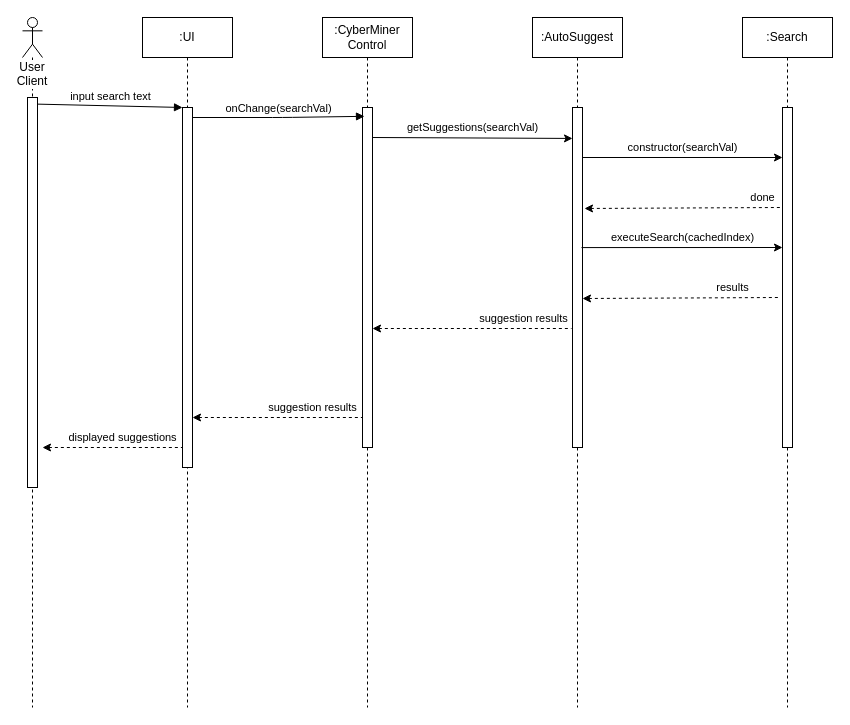
Earlier version of the draw.io diagram To-Do List Builder/cyberminer_sequence_autosuggest.drawio (kntnguyen94/To-Do-List-Builder). Source tidied: cells renumbered, new cells numbered last; positions are measured from the earlier drawing's top-left corner, leaving out a move shared by most shapes. Both pictures are drawn from the tidied source at 100%, with x=0, y=0 at pixel (22, 17).
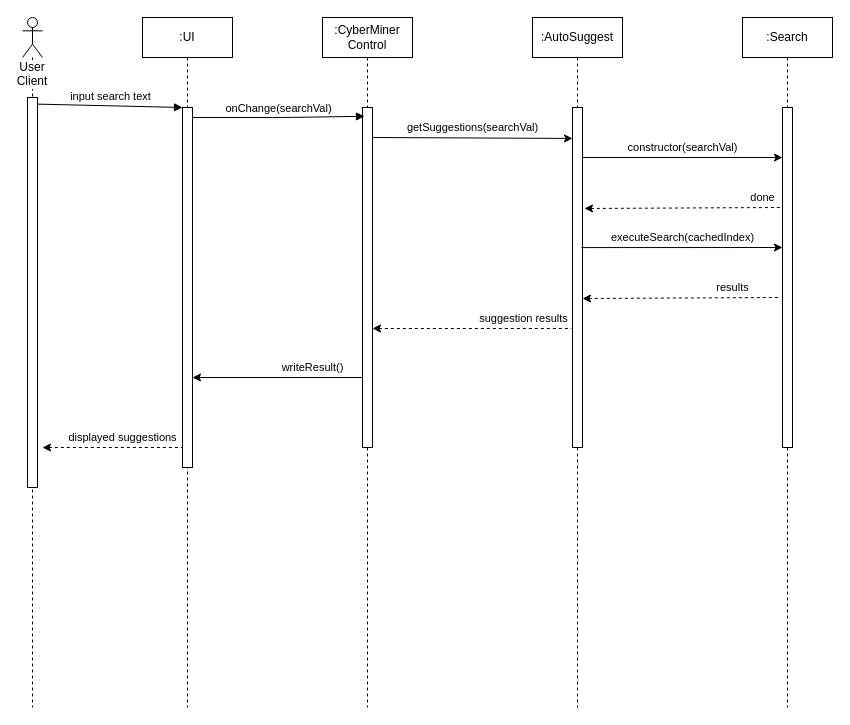
Above is the later version.

What changed in the source:
```diff
@@
-    <mxCell id="20" value="suggestion results" style="endArrow=none;dashed=1;html=1;exitX=1.2;exitY=0.297;exitDx=0;exitDy=0;exitPerimeter=0;startArrow=classic;startFill=1;" parent="1" edge="1">
-      <mxGeometry x="0.41" y="10" relative="1" as="geometry">
-        <mxPoint x="170" y="400" as="sourcePoint" />
-        <mxPoint x="340" y="400" as="targetPoint" />
-      </mxGeometry>
-    </mxCell>
@@
+    <mxCell id="22" value="writeResult()" style="endArrow=none;html=1;exitX=1.2;exitY=0.297;exitDx=0;exitDy=0;exitPerimeter=0;startArrow=classic;startFill=1;" parent="1" edge="1">
+      <mxGeometry x="0.41" y="10" relative="1" as="geometry">
+        <mxPoint x="170" y="360" as="sourcePoint" />
+        <mxPoint x="340" y="360" as="targetPoint" />
+      </mxGeometry>
+    </mxCell>
```
